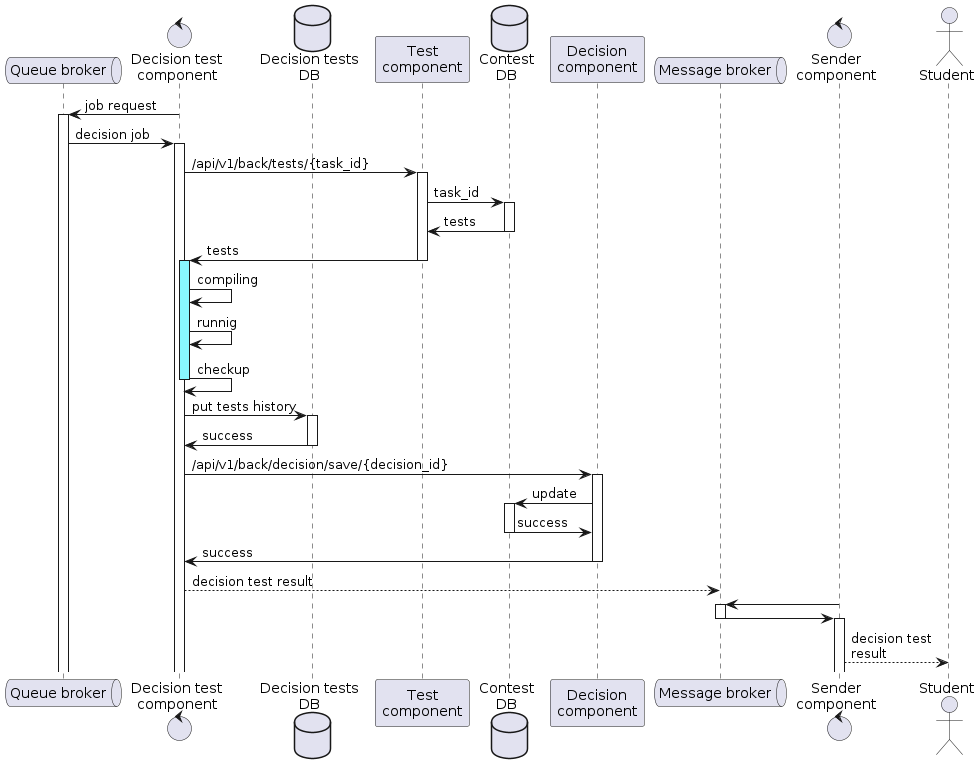
Earlier version of the PlantUML export docs/dicisions/ADR-0003/wsd/Sequence decition test.png (inutcin/codecontest).
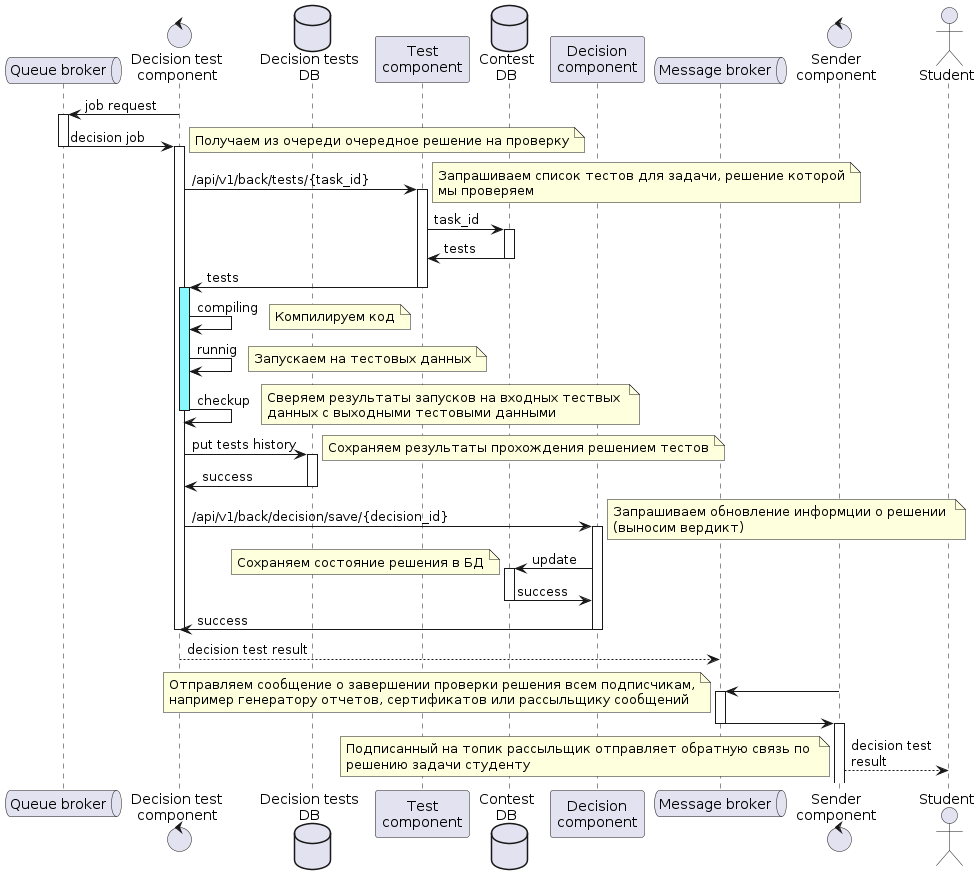
The same file after the commit.

What changed in the source:
```diff
@@ -14,10 +14,18 @@
 activate queue
 
 queue -> decisiontest: decision job
+note right
+    Получаем из очереди очередное решение на проверку
+end note
+deactivate queue
 
 activate decisiontest
 decisiontest -> test: /api/v1/back/tests/{task_id}
 activate test
+note right
+    Запрашиваем список тестов для задачи, решение которой
+    мы проверяем
+end note
 
 test -> contestdb: task_id
 activate contestdb
@@ -30,32 +38,62 @@
 
 activate decisiontest #88F8FF
 decisiontest -> decisiontest: compiling
+note right
+    Компилируем код
+end note
 decisiontest -> decisiontest: runnig
+note right
+    Запускаем на тестовых данных
+end note
 decisiontest -> decisiontest: checkup
+note right
+    Сверяем результаты запусков на входных тествых
+    данных с выходными тестовыми данными
+end note
 deactivate decisiontest
 
 decisiontest ->decisiontestdb: put tests history
 activate decisiontestdb
+note right
+    Сохраняем результаты прохождения решением тестов
+end note
 decisiontestdb -> decisiontest: success
 deactivate decisiontestdb
 
 decisiontest -> decision: /api/v1/back/decision/save/{decision_id}
 activate decision
+note right
+    Запрашиваем обновление информции о решении
+    (выносим вердикт)
+end note
 decision -> contestdb: update
 activate contestdb
+note left
+    Сохраняем состояние решения в БД
+end note
 contestdb -> decision: success
 deactivate contestdb
 
 decision -> decisiontest: success
 deactivate decision
+deactivate decisiontest
 decisiontest --> message: decision test result
 
 sender -> message
 activate message
+note left
+    Отправляем сообщение о завершении проверки решения всем подписчикам,
+    например генератору отчетов, сертификатов или рассыльщику сообщений
+end note
+
 message -> sender
 deactivate message
 activate sender
 sender --> student: decision test\nresult
+note left
+    Подписанный на топик рассыльщик отправляет обратную связь по
+    решению задачи студенту
+end note
 
 
 
```
